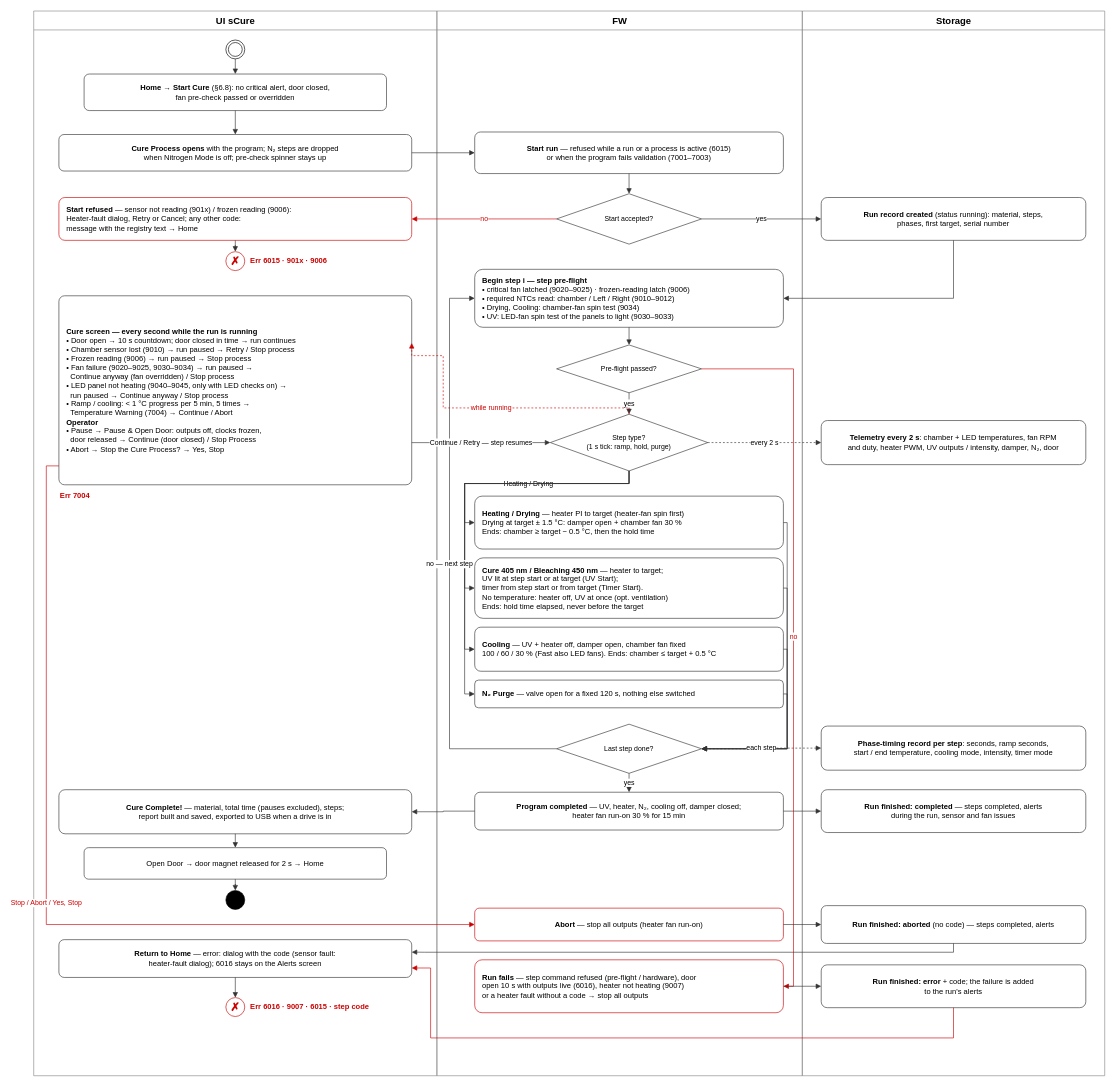
The draw.io diagram docs/diagrams/cure-process-flow.drawio in Amitaiw6/sCure-A, before the edit. Source tidied: cells renumbered, new cells numbered last; positions are measured from the earlier drawing's top-left corner, leaving out a move shared by most shapes. Both pictures are drawn from the tidied source at 63%, with x=0, y=0 at pixel (33, 11).
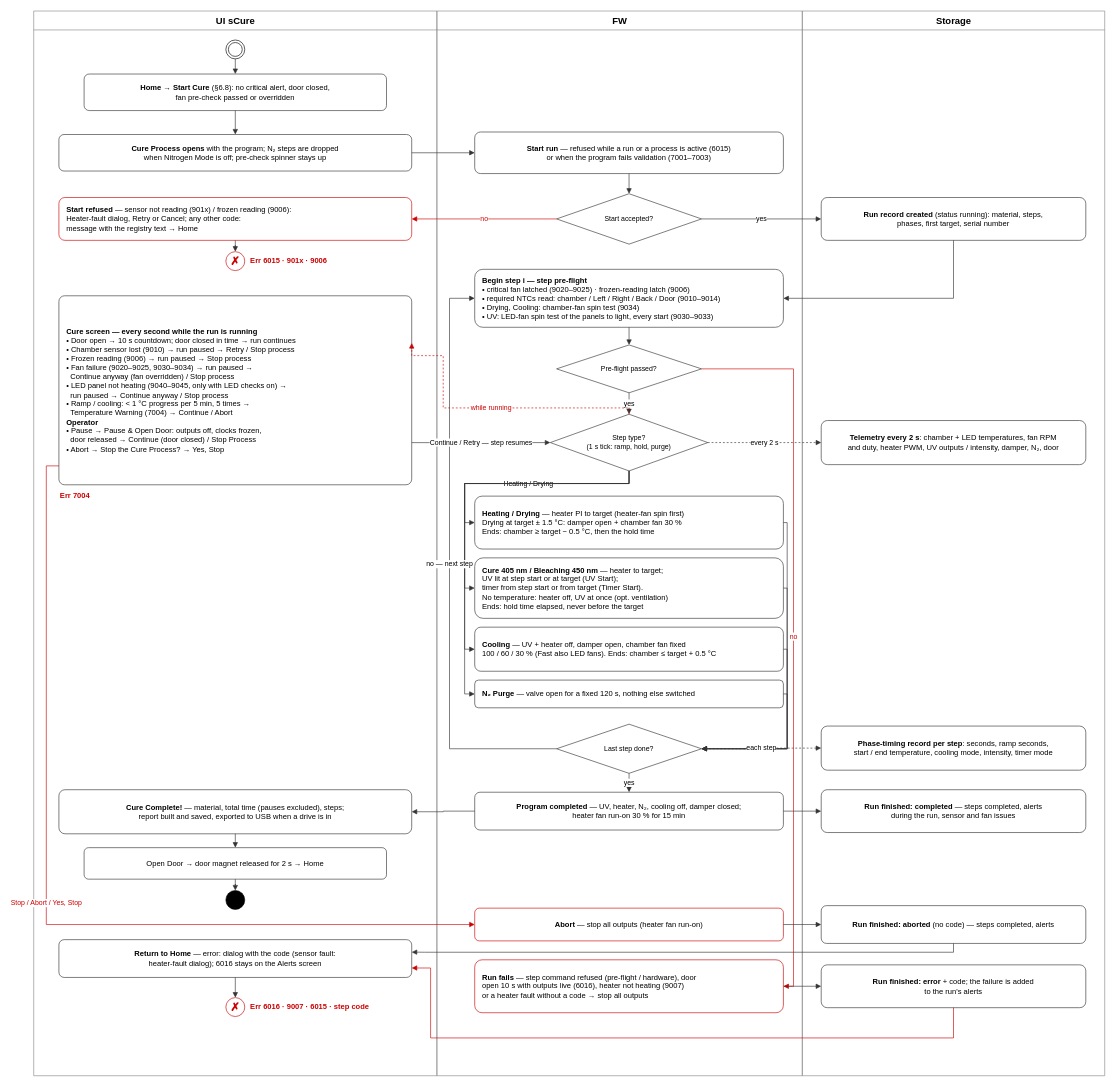
The same page after the edit.

Diff of the diagram source:
```diff
@@
-    <mxCell id="14" value="&lt;b&gt;Begin step i — step pre-flight&lt;/b&gt;&lt;br&gt;• critical fan latched (9020–9025) · frozen-reading latch (9006)&lt;br&gt;• required NTCs read: chamber / Left / Right (9010–9012)&lt;br&gt;• Drying, Cooling: chamber-fan spin test (9034)&lt;br&gt;• UV: LED-fan spin test of the panels to light (9030–9033)" style="rounded=1;whiteSpace=wrap;html=1;arcSize=14;fillColor=#FFFFFF;strokeColor=#333333;fontSize=12;align=left;verticalAlign=middle;spacingLeft=10;spacingRight=6;" parent="1" vertex="1">
+    <mxCell id="14" value="&lt;b&gt;Begin step i — step pre-flight&lt;/b&gt;&lt;br&gt;• critical fan latched (9020–9025) · frozen-reading latch (9006)&lt;br&gt;• required NTCs read: chamber / Left / Right / Back / Door (9010–9014)&lt;br&gt;• Drying, Cooling: chamber-fan spin test (9034)&lt;br&gt;• UV: LED-fan spin test of the panels to light, every start (9030–9033)" style="rounded=1;whiteSpace=wrap;html=1;arcSize=14;fillColor=#FFFFFF;strokeColor=#333333;fontSize=12;align=left;verticalAlign=middle;spacingLeft=10;spacingRight=6;" parent="1" vertex="1">
       <mxGeometry x="700" y="410" width="490" height="92" as="geometry" />
     </mxCell>
```
